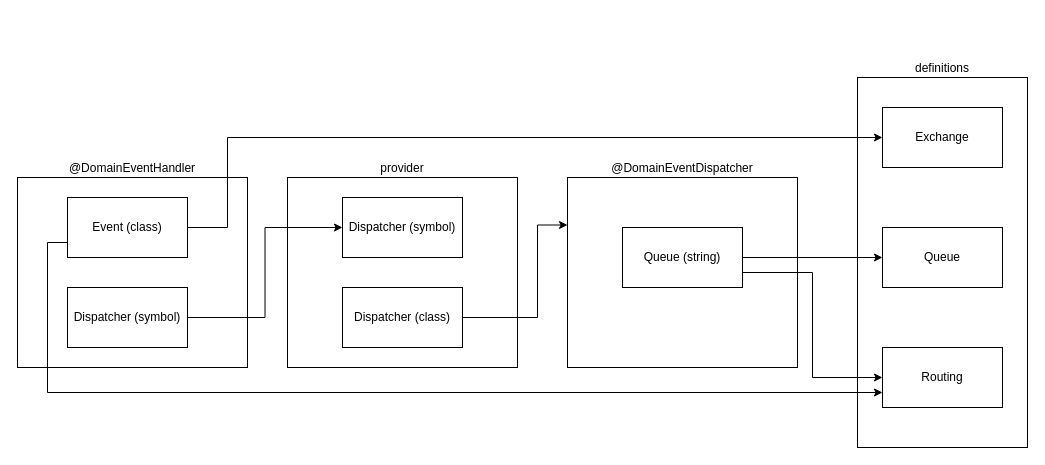
Before: plan.drawio in leocode/rabbitmq-defgen, a draw.io diagram. Source tidied: cells renumbered, new cells numbered last; positions are measured from the earlier drawing's top-left corner, leaving out a move shared by most shapes. Both pictures are drawn from the tidied source at 100%, with x=0, y=0 at pixel (17, 77).
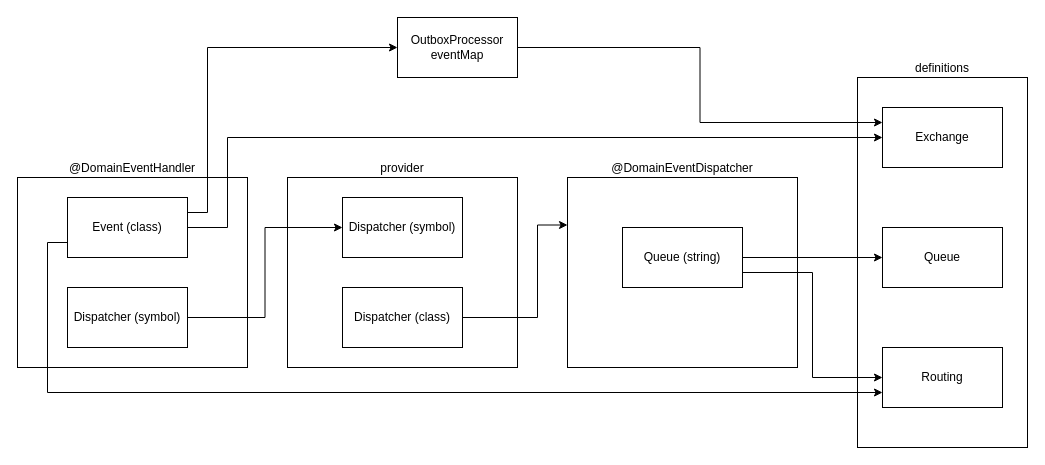
Above is the later version.

Unchanged cells that the change refers to:
```xml
<mxCell id="7" value="Event (class)" style="rounded=0;whiteSpace=wrap;html=1;" parent="5" vertex="1">
  <mxGeometry x="50" y="20" width="120" height="60" as="geometry" />
</mxCell>
<mxCell id="18" value="Exchange" style="rounded=0;whiteSpace=wrap;html=1;" parent="1" vertex="1">
  <mxGeometry x="865" y="30" width="120" height="60" as="geometry" />
</mxCell>
```

Diff of the diagram source:
```diff
@@
+    <mxCell id="23" style="edgeStyle=orthogonalEdgeStyle;rounded=0;jettySize=auto;html=1;exitX=1;exitY=0.5;exitDx=0;exitDy=0;entryX=0;entryY=0.25;entryDx=0;entryDy=0;" parent="1" edge="1" source="24" target="18">
+      <mxGeometry relative="1" as="geometry" />
+    </mxCell>
+    <mxCell id="24" value="OutboxProcessor eventMap" style="rounded=0;whiteSpace=wrap;html=1;" parent="1" vertex="1">
+      <mxGeometry x="380" y="-60" width="120" height="60" as="geometry" />
+    </mxCell>
+    <mxCell id="25" style="edgeStyle=orthogonalEdgeStyle;rounded=0;jettySize=auto;html=1;exitX=1;exitY=0.25;exitDx=0;exitDy=0;entryX=0;entryY=0.5;entryDx=0;entryDy=0;" parent="1" edge="1" source="7" target="24">
+      <mxGeometry relative="1" as="geometry">
+        <Array as="points">
+          <mxPoint x="190" y="135" />
+          <mxPoint x="190" y="-30" />
+        </Array>
+      </mxGeometry>
+    </mxCell>
```
